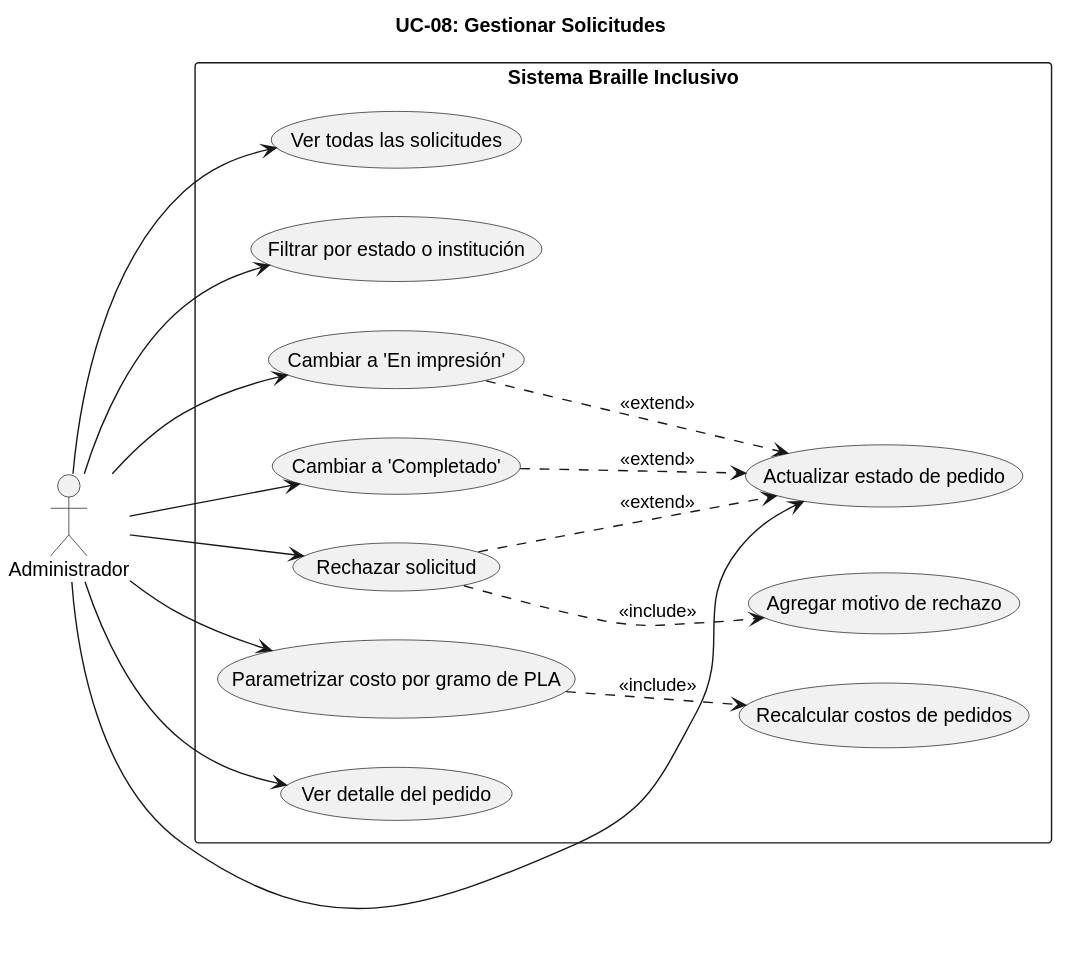
ArlTechDev/sistema-3d-inclusivo keeps this PlantUML diagram as docs/casos_de_uso/imagenes/UC08_Gestionar_Solicitudes.svg. Above is the earlier version.
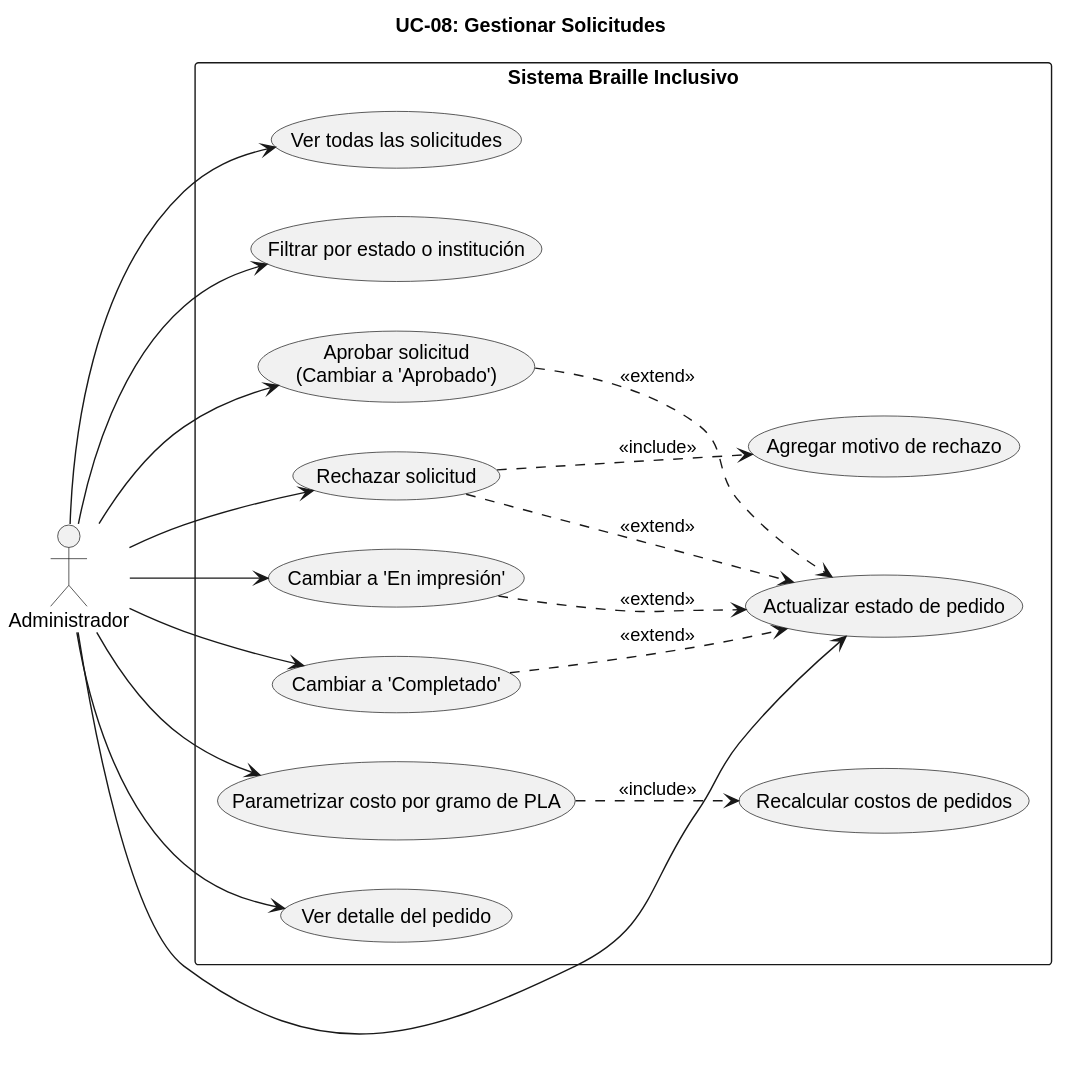
After the change.

The edit, as a diff of the source:
```diff
@@ -13,6 +13,7 @@
     usecase "Ver todas las solicitudes" as UC08a
     usecase "Filtrar por estado o institución" as UC08b
     usecase "Actualizar estado de pedido" as UC08c
+    usecase "Aprobar solicitud\n(Cambiar a 'Aprobado')" as UC08k
     usecase "Cambiar a 'En impresión'" as UC08d
     usecase "Cambiar a 'Completado'" as UC08e
     usecase "Rechazar solicitud" as UC08f
@@ -25,12 +26,14 @@
 A --> UC08a
 A --> UC08b
 A --> UC08c
+A --> UC08k
 A --> UC08d
 A --> UC08e
 A --> UC08f
 A --> UC08g
 A --> UC08i
 
+UC08k ..> UC08c : <<extend>>
 UC08d ..> UC08c : <<extend>>
 UC08e ..> UC08c : <<extend>>
 UC08f ..> UC08c : <<extend>>
```
